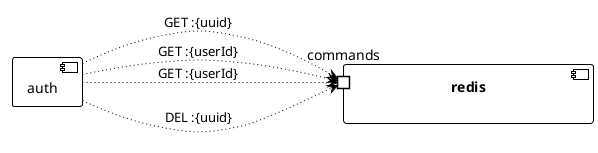
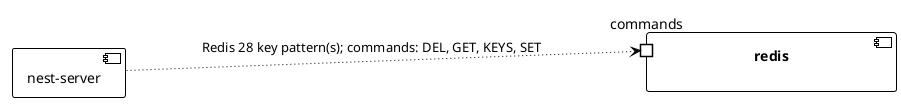
@startuml
!theme plain
left to right direction
skinparam componentStyle uml2
skinparam nodesep 20
skinparam ranksep 150

together {
-   component [auth] as auth
+   component [nest-server] as nest_server
  component [redis] as redis
}

- auth -[hidden]r- redis
+ nest_server -[hidden]r- redis

' --- Port definitions ---

component redis {
    portin "commands" as redis_commands
}

' --- Connections ---

- auth -[dotted]-> redis_commands : "DEL :{uuid}"
- auth -[dotted]-> redis_commands : "GET :{userId}"
- auth -[dotted]-> redis_commands : "GET :{userId}"
- auth -[dotted]-> redis_commands : "GET :{uuid}"
+ nest_server -[dotted]-> redis_commands : "Redis 28 key pattern(s); commands: DEL, GET, KEYS, SET"
@enduml
